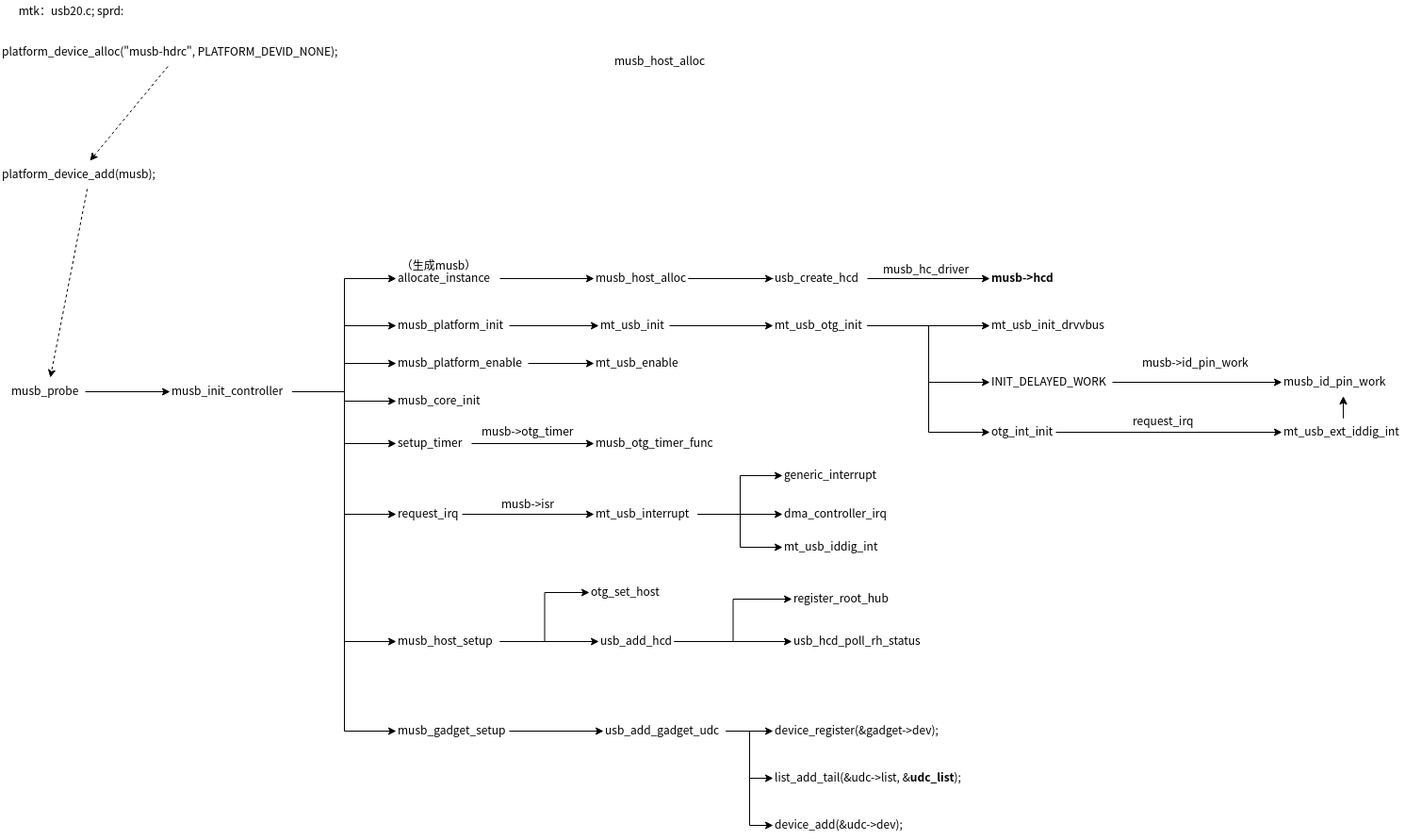
Above: Untitled Diagram.png in zhangmeizhen/test2 (draw.io), before the change. Source tidied: cells renumbered, new cells last; positions are measured from the earlier drawing's top-left corner, leaving out a move shared by most shapes.
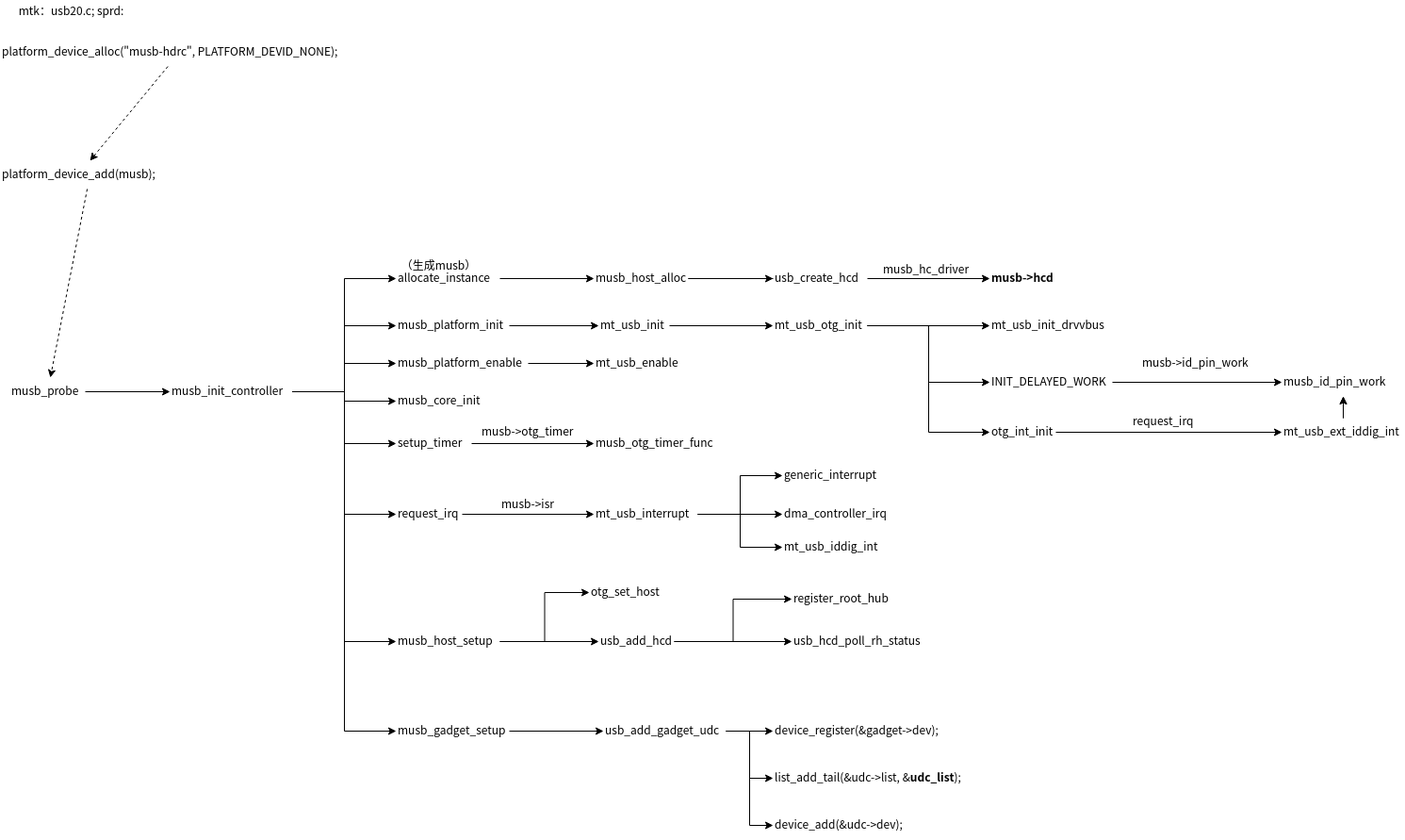
The same file after the commit.

The edit, as a diff of the source:
```diff
@@ -104,9 +104,6 @@
     <mxCell id="35" value="usb_hcd_poll_rh_status" style="text;whiteSpace=wrap;html=1;" parent="1" vertex="1">
       <mxGeometry x="840" y="665" width="140" height="30" as="geometry" />
     </mxCell>
-    <mxCell id="36" value="musb_host_alloc" style="text;whiteSpace=wrap;html=1;" parent="1" vertex="1">
-      <mxGeometry x="650" y="50" width="100" height="30" as="geometry" />
-    </mxCell>
     <mxCell id="37" style="edgeStyle=orthogonalEdgeStyle;rounded=0;jettySize=auto;html=1;entryX=0;entryY=0.5;entryDx=0;entryDy=0;" parent="1" edge="1" source="38" target="41">
       <mxGeometry relative="1" as="geometry" />
     </mxCell>
```
